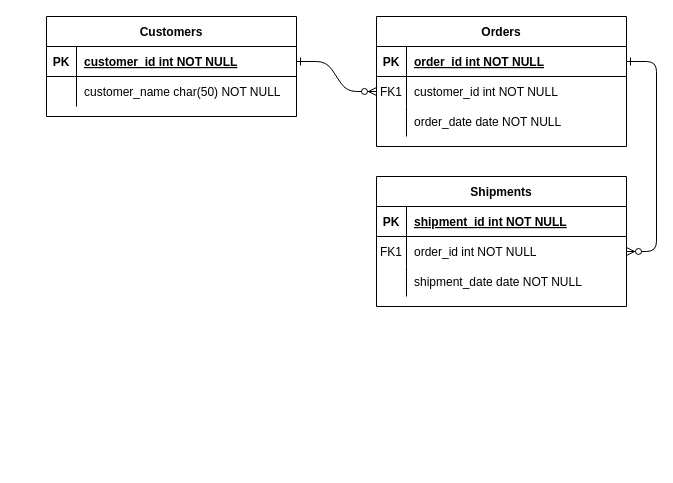
Before: Untitled Diagram.drawio in sfandino/global-banking, a draw.io diagram. Source tidied: cells renumbered, new cells numbered last; positions are measured from the earlier drawing's top-left corner, leaving out a move shared by most shapes. Both pictures are drawn from the tidied source at 100%, with x=0, y=0 at pixel (46, 16).
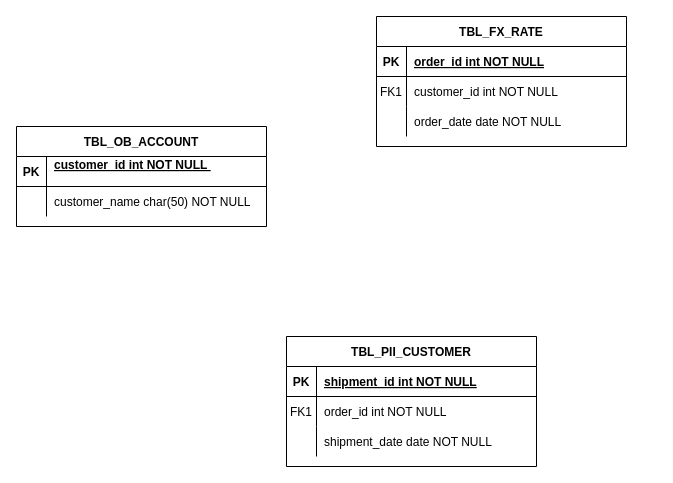
The same diagram, later.

Unchanged cells that the change refers to:
```xml
<mxCell id="5" style="shape=partialRectangle;fillColor=none;points=[[0,0.5],[1,0.5]];portConstraint=eastwest;top=0;left=0;right=0;bottom=1;" parent="4" vertex="1">
  <mxGeometry y="30" width="250" height="30" as="geometry" />
</mxCell>
<mxCell id="8" style="shape=partialRectangle;fillColor=none;points=[[0,0.5],[1,0.5]];portConstraint=eastwest;top=0;left=0;right=0;bottom=0;" parent="4" vertex="1">
  <mxGeometry y="60" width="250" height="30" as="geometry" />
</mxCell>
<mxCell id="18" style="shape=partialRectangle;fillColor=none;points=[[0,0.5],[1,0.5]];portConstraint=eastwest;top=0;left=0;right=0;bottom=0;" parent="14" vertex="1">
  <mxGeometry y="60" width="250" height="30" as="geometry" />
</mxCell>
<mxCell id="25" style="shape=partialRectangle;fillColor=none;points=[[0,0.5],[1,0.5]];portConstraint=eastwest;top=0;left=0;right=0;bottom=1;" parent="24" vertex="1">
  <mxGeometry y="30" width="250" height="30" as="geometry" />
</mxCell>
```

What changed in the source:
```diff
@@
-    <mxCell id="2" style="edgeStyle=entityRelationEdgeStyle;endArrow=ERzeroToMany;startArrow=ERone;endFill=1;startFill=0;" parent="1" edge="1" source="25" target="8">
-      <mxGeometry relative="1" as="geometry" />
-    </mxCell>
-    <mxCell id="3" style="edgeStyle=entityRelationEdgeStyle;endArrow=ERzeroToMany;startArrow=ERone;endFill=1;startFill=0;" parent="1" edge="1" source="5" target="18">
-      <mxGeometry relative="1" as="geometry" />
-    </mxCell>
-    <mxCell id="4" value="Orders" style="shape=table;startSize=30;childLayout=tableLayout;rowLines=0;fontStyle=1;align=center;" parent="1" vertex="1">
+    <mxCell id="4" value="TBL_FX_RATE" style="shape=table;startSize=30;childLayout=tableLayout;rowLines=0;fontStyle=1;align=center;" parent="1" vertex="1">
       <mxGeometry x="330" width="250" height="130" as="geometry" />
     </mxCell>
@@
-    <mxCell id="14" value="Shipments" style="shape=table;startSize=30;childLayout=tableLayout;rowLines=0;fontStyle=1;align=center;" parent="1" vertex="1">
-      <mxGeometry x="330" y="160" width="250" height="130" as="geometry" />
+    <mxCell id="14" value="TBL_PII_CUSTOMER" style="shape=table;startSize=30;childLayout=tableLayout;rowLines=0;fontStyle=1;align=center;" parent="1" vertex="1">
+      <mxGeometry x="240" y="320" width="250" height="130" as="geometry" />
     </mxCell>
@@
-    <mxCell id="24" value="Customers" style="shape=table;startSize=30;childLayout=tableLayout;rowLines=0;fontStyle=1;align=center;" parent="1" vertex="1">
-      <mxGeometry width="250" height="100" as="geometry" />
+    <mxCell id="24" value="TBL_OB_ACCOUNT" style="shape=table;startSize=30;childLayout=tableLayout;rowLines=0;fontStyle=1;align=center;" parent="1" vertex="1">
+      <mxGeometry x="-30" y="110" width="250" height="100" as="geometry" />
     </mxCell>
@@
-    <mxCell id="27" value="customer_id int NOT NULL " style="shape=partialRectangle;overflow=hidden;fillColor=none;top=0;left=0;bottom=0;right=0;align=left;spacingLeft=6;fontStyle=5;" parent="25" vertex="1">
+    <mxCell id="27" value="customer_id int NOT NULL &#10;" style="shape=partialRectangle;overflow=hidden;fillColor=none;top=0;left=0;bottom=0;right=0;align=left;spacingLeft=6;fontStyle=5;" parent="25" vertex="1">
       <mxGeometry x="30" width="220" height="30" as="geometry" />
     </mxCell>
```
